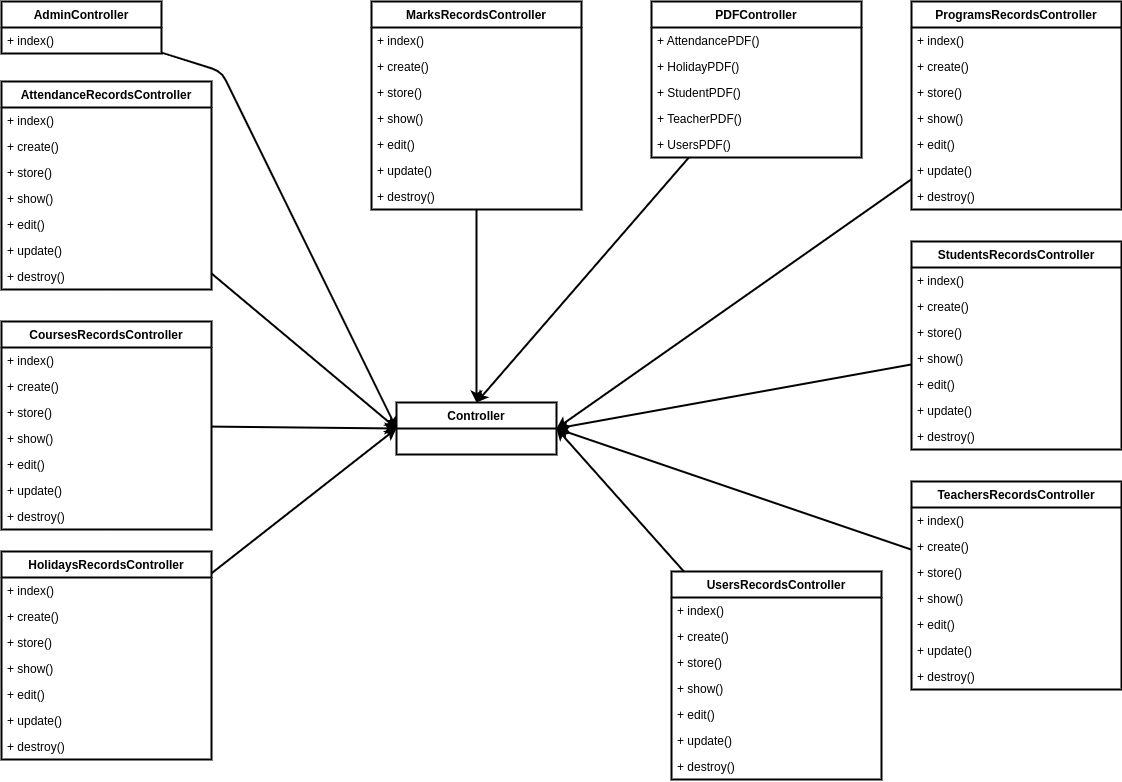
The draw.io diagram public/images/documentaion/AdminControllerClassDiagram.png in kabirdeula/EMIS, before a commit. Source tidied: cells renumbered, new cells last; positions are measured from the earlier drawing's top-left corner, leaving out a move shared by most shapes.
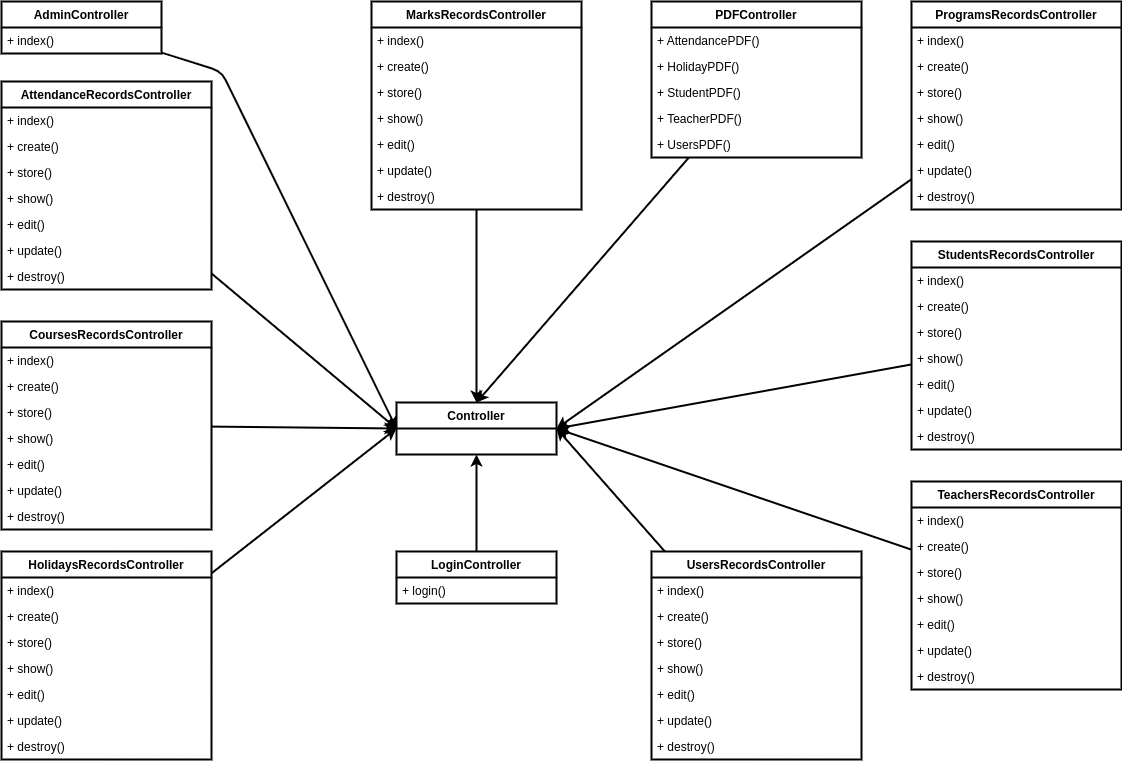
The same diagram one commit later.

Commit message:
updated Admin Controller with Login Controller

What changed in the source:
```diff
@@ -232,7 +232,7 @@
       <mxGeometry relative="1" as="geometry" />
     </mxCell>
     <mxCell id="77" value="UsersRecordsController" style="swimlane;fontStyle=1;align=center;verticalAlign=top;horizontal=1;startSize=26;strokeWidth=2;" parent="1" vertex="1">
-      <mxGeometry x="670" y="570" width="210" height="208" as="geometry" />
+      <mxGeometry x="650" y="550" width="210" height="208" as="geometry" />
     </mxCell>
     <mxCell id="78" value="+ index()" style="text;strokeColor=none;fillColor=none;align=left;verticalAlign=top;spacingLeft=4;spacingRight=4;overflow=hidden;strokeWidth=2;" parent="77" vertex="1">
       <mxGeometry y="26" width="210" height="26" as="geometry" />
@@ -255,5 +255,14 @@
     <mxCell id="84" value="+ destroy()" style="text;strokeColor=none;fillColor=none;align=left;verticalAlign=top;spacingLeft=4;spacingRight=4;overflow=hidden;strokeWidth=2;" parent="77" vertex="1">
       <mxGeometry y="182" width="210" height="26" as="geometry" />
     </mxCell>
+    <mxCell id="85" style="edgeStyle=none;html=1;entryX=0.5;entryY=1;entryDx=0;entryDy=0;strokeWidth=2;" parent="1" edge="1" source="86" target="32">
+      <mxGeometry relative="1" as="geometry" />
+    </mxCell>
+    <mxCell id="86" value="LoginController" style="swimlane;fontStyle=1;align=center;verticalAlign=top;horizontal=1;startSize=26;strokeWidth=2;" parent="1" vertex="1">
+      <mxGeometry x="395" y="550" width="160" height="52" as="geometry" />
+    </mxCell>
+    <mxCell id="87" value="+ login()" style="text;strokeColor=none;fillColor=none;align=left;verticalAlign=top;spacingLeft=4;spacingRight=4;overflow=hidden;strokeWidth=2;" parent="86" vertex="1">
+      <mxGeometry y="26" width="160" height="26" as="geometry" />
+    </mxCell>
   </root>
 </mxGraphModel>
```
